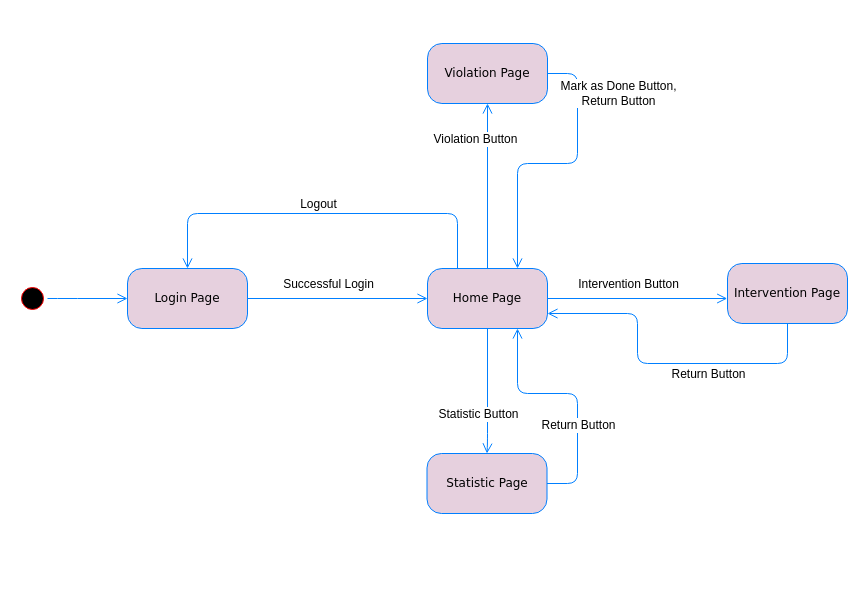
Before: DD/images/uxDiagram2.drawio in GiorgioUghini/SafeStreets, a draw.io diagram. Source tidied: cells renumbered, new cells numbered last; positions are measured from the earlier drawing's top-left corner, leaving out a move shared by most shapes. Both pictures are drawn from the tidied source at 100%, with x=0, y=0 at pixel (17, 43).
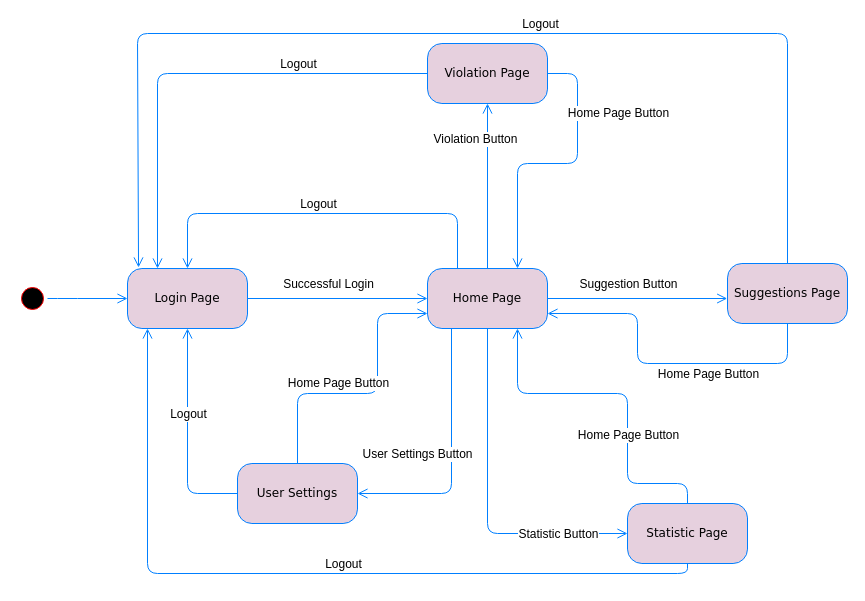
Above is the later version.

The change refers to these unchanged cells:
```xml
<mxCell id="3" value="Login Page" style="rounded=1;whiteSpace=wrap;html=1;arcSize=24;fillColor=#E6D0DE;strokeColor=#007FFF;shadow=0;comic=0;labelBackgroundColor=none;fontFamily=Verdana;fontSize=12;fontColor=#000000;align=center;" parent="1" vertex="1">
  <mxGeometry x="110" y="225" width="120" height="60" as="geometry" />
</mxCell>
<mxCell id="5" value="Home Page" style="rounded=1;whiteSpace=wrap;html=1;arcSize=24;fillColor=#E6D0DE;strokeColor=#007FFF;shadow=0;comic=0;labelBackgroundColor=none;fontFamily=Verdana;fontSize=12;fontColor=#000000;align=center;" parent="1" vertex="1">
  <mxGeometry x="410" y="225" width="120" height="60" as="geometry" />
</mxCell>
<mxCell id="10" value="Violation Page" style="rounded=1;whiteSpace=wrap;html=1;arcSize=24;fillColor=#E6D0DE;strokeColor=#007FFF;shadow=0;comic=0;labelBackgroundColor=none;fontFamily=Verdana;fontSize=12;fontColor=#000000;align=center;" parent="1" vertex="1">
  <mxGeometry x="410" width="120" height="60" as="geometry" />
</mxCell>
<mxCell id="15" style="edgeStyle=orthogonalEdgeStyle;html=1;labelBackgroundColor=none;endArrow=open;endSize=8;strokeColor=#007FFF;fontFamily=Verdana;fontSize=12;align=left;exitX=0.5;exitY=0;exitDx=0;exitDy=0;entryX=0.5;entryY=1;entryDx=0;entryDy=0;" parent="1" edge="1" source="5" target="10">
  <mxGeometry relative="1" as="geometry" />
</mxCell>
<mxCell id="21" style="edgeStyle=orthogonalEdgeStyle;html=1;labelBackgroundColor=none;endArrow=open;endSize=8;strokeColor=#007FFF;fontFamily=Verdana;fontSize=12;align=left;entryX=0;entryY=0.5;entryDx=0;entryDy=0;exitX=1;exitY=0.5;exitDx=0;exitDy=0;" parent="1" edge="1">
  <mxGeometry relative="1" as="geometry">
    <mxPoint x="529.7" y="255" as="sourcePoint" />
    <mxPoint x="709.7" y="255" as="targetPoint" />
  </mxGeometry>
</mxCell>
<mxCell id="23" style="edgeStyle=orthogonalEdgeStyle;html=1;labelBackgroundColor=none;endArrow=open;endSize=8;strokeColor=#007FFF;fontFamily=Verdana;fontSize=12;align=left;entryX=1;entryY=0.75;entryDx=0;entryDy=0;exitX=0.5;exitY=1;exitDx=0;exitDy=0;" parent="1" edge="1" source="20" target="5">
  <mxGeometry relative="1" as="geometry">
    <Array as="points">
      <mxPoint x="770" y="320" />
      <mxPoint x="620" y="320" />
      <mxPoint x="620" y="270" />
    </Array>
  </mxGeometry>
</mxCell>
```

The edit, as a diff of the source:
```diff
@@
     <mxCell id="12" value="Statistic Page" style="rounded=1;whiteSpace=wrap;html=1;arcSize=24;fillColor=#E6D0DE;strokeColor=#007FFF;shadow=0;comic=0;labelBackgroundColor=none;fontFamily=Verdana;fontSize=12;fontColor=#000000;align=center;" parent="1" vertex="1">
-      <mxGeometry x="409.5" y="410" width="120" height="60" as="geometry" />
+      <mxGeometry x="610" y="460" width="120" height="60" as="geometry" />
     </mxCell>
-    <mxCell id="13" style="edgeStyle=orthogonalEdgeStyle;html=1;labelBackgroundColor=none;endArrow=open;endSize=8;strokeColor=#007FFF;fontFamily=Verdana;fontSize=12;align=left;entryX=0.5;entryY=0;entryDx=0;entryDy=0;" parent="1" edge="1" source="5" target="12">
+    <mxCell id="13" style="edgeStyle=orthogonalEdgeStyle;html=1;labelBackgroundColor=none;endArrow=open;endSize=8;strokeColor=#007FFF;fontFamily=Verdana;fontSize=12;align=left;entryX=0;entryY=0.5;entryDx=0;entryDy=0;" parent="1" edge="1" source="5" target="12">
       <mxGeometry relative="1" as="geometry">
         <Array as="points">
-          <mxPoint x="470" y="400" />
-          <mxPoint x="470" y="400" />
+          <mxPoint x="470" y="490" />
         </Array>
       </mxGeometry>
     </mxCell>
     <mxCell id="14" value="Statistic Button" style="text;html=1;align=center;verticalAlign=middle;labelBackgroundColor=#ffffff;" parent="13" vertex="1">
       <mxGeometry x="0.34" relative="1" as="geometry">
-        <mxPoint x="-9.5" y="1.5" as="offset" />
+        <mxPoint x="44" as="offset" />
       </mxGeometry>
     </mxCell>
@@
-    <mxCell id="16" value="Mark as Done Button,&lt;br&gt;Return Button" style="text;html=1;align=center;verticalAlign=middle;labelBackgroundColor=#ffffff;" parent="15" vertex="1">
+    <mxCell id="16" value="Home Page Button" style="text;html=1;align=center;verticalAlign=middle;labelBackgroundColor=#ffffff;" parent="15" vertex="1">
       <mxGeometry x="0.34" relative="1" as="geometry">
-        <mxPoint x="130" y="-65" as="offset" />
+        <mxPoint x="130" y="-45" as="offset" />
       </mxGeometry>
     </mxCell>
@@
-    <mxCell id="18" style="edgeStyle=orthogonalEdgeStyle;html=1;labelBackgroundColor=none;endArrow=open;endSize=8;strokeColor=#007FFF;fontFamily=Verdana;fontSize=12;align=left;exitX=1;exitY=0.5;exitDx=0;exitDy=0;entryX=0.75;entryY=1;entryDx=0;entryDy=0;" parent="1" edge="1" source="12" target="5">
+    <mxCell id="18" style="edgeStyle=orthogonalEdgeStyle;html=1;labelBackgroundColor=none;endArrow=open;endSize=8;strokeColor=#007FFF;fontFamily=Verdana;fontSize=12;align=left;exitX=0.5;exitY=0;exitDx=0;exitDy=0;entryX=0.75;entryY=1;entryDx=0;entryDy=0;" parent="1" edge="1" source="12" target="5">
       <mxGeometry relative="1" as="geometry">
         <Array as="points">
-          <mxPoint x="560" y="440" />
-          <mxPoint x="560" y="350" />
+          <mxPoint x="670" y="440" />
+          <mxPoint x="610" y="440" />
+          <mxPoint x="610" y="350" />
           <mxPoint x="500" y="350" />
         </Array>
       </mxGeometry>
     </mxCell>
-    <mxCell id="19" value="Return Button" style="text;html=1;align=center;verticalAlign=middle;labelBackgroundColor=#ffffff;" parent="1" vertex="1">
-      <mxGeometry x="570.2" y="379.8" as="geometry">
+    <mxCell id="19" value="Home Page Button" style="text;html=1;align=center;verticalAlign=middle;labelBackgroundColor=#ffffff;" parent="1" vertex="1">
+      <mxGeometry x="620.2" y="389.8" as="geometry">
         <mxPoint x="-9.5" y="1.5" as="offset" />
       </mxGeometry>
     </mxCell>
-    <mxCell id="20" value="Intervention Page" style="rounded=1;whiteSpace=wrap;html=1;arcSize=24;fillColor=#E6D0DE;strokeColor=#007FFF;shadow=0;comic=0;labelBackgroundColor=none;fontFamily=Verdana;fontSize=12;fontColor=#000000;align=center;" parent="1" vertex="1">
+    <mxCell id="20" value="Suggestions Page" style="rounded=1;whiteSpace=wrap;html=1;arcSize=24;fillColor=#E6D0DE;strokeColor=#007FFF;shadow=0;comic=0;labelBackgroundColor=none;fontFamily=Verdana;fontSize=12;fontColor=#000000;align=center;" parent="1" vertex="1">
       <mxGeometry x="710" y="220" width="120" height="60" as="geometry" />
     </mxCell>
@@
-    <mxCell id="22" value="Intervention Button" style="text;html=1;align=center;verticalAlign=middle;labelBackgroundColor=#ffffff;" parent="21" vertex="1">
+    <mxCell id="22" value="Suggestion Button" style="text;html=1;align=center;verticalAlign=middle;labelBackgroundColor=#ffffff;" parent="21" vertex="1">
       <mxGeometry x="0.34" relative="1" as="geometry">
         <mxPoint x="-40.5" y="-15" as="offset" />
       </mxGeometry>
     </mxCell>
@@
-    <mxCell id="24" value="Return Button" style="text;html=1;align=center;verticalAlign=middle;labelBackgroundColor=#ffffff;" parent="23" vertex="1">
+    <mxCell id="24" value="Home Page Button" style="text;html=1;align=center;verticalAlign=middle;labelBackgroundColor=#ffffff;" parent="23" vertex="1">
       <mxGeometry x="0.34" relative="1" as="geometry">
         <mxPoint x="70.5" y="41" as="offset" />
       </mxGeometry>
     </mxCell>
+    <mxCell id="25" value="User Settings" style="rounded=1;whiteSpace=wrap;html=1;arcSize=24;fillColor=#E6D0DE;strokeColor=#007FFF;shadow=0;comic=0;labelBackgroundColor=none;fontFamily=Verdana;fontSize=12;fontColor=#000000;align=center;" parent="1" vertex="1">
+      <mxGeometry x="220" y="420" width="120" height="60" as="geometry" />
+    </mxCell>
+    <mxCell id="26" style="edgeStyle=orthogonalEdgeStyle;html=1;labelBackgroundColor=none;endArrow=open;endSize=8;strokeColor=#007FFF;fontFamily=Verdana;fontSize=12;align=left;entryX=1;entryY=0.5;entryDx=0;entryDy=0;exitX=0.2;exitY=1;exitDx=0;exitDy=0;exitPerimeter=0;" parent="1" edge="1" source="5" target="25">
+      <mxGeometry relative="1" as="geometry">
+        <Array as="points">
+          <mxPoint x="434" y="450" />
+        </Array>
+      </mxGeometry>
+    </mxCell>
+    <mxCell id="27" value="User Settings Button" style="text;html=1;align=center;verticalAlign=middle;labelBackgroundColor=#ffffff;" parent="26" vertex="1">
+      <mxGeometry x="0.34" relative="1" as="geometry">
+        <mxPoint x="-26" y="-40" as="offset" />
+      </mxGeometry>
+    </mxCell>
+    <mxCell id="28" style="edgeStyle=orthogonalEdgeStyle;html=1;labelBackgroundColor=none;endArrow=open;endSize=8;strokeColor=#007FFF;fontFamily=Verdana;fontSize=12;align=left;entryX=0;entryY=0.75;entryDx=0;entryDy=0;exitX=0.5;exitY=0;exitDx=0;exitDy=0;" parent="1" edge="1" source="25" target="5">
+      <mxGeometry relative="1" as="geometry">
+        <Array as="points">
+          <mxPoint x="280" y="350" />
+          <mxPoint x="360" y="350" />
+          <mxPoint x="360" y="270" />
+        </Array>
+      </mxGeometry>
+    </mxCell>
+    <mxCell id="29" value="Home Page Button" style="text;html=1;align=center;verticalAlign=middle;labelBackgroundColor=#ffffff;" parent="28" vertex="1">
+      <mxGeometry x="0.34" relative="1" as="geometry">
+        <mxPoint x="-40" y="27" as="offset" />
+      </mxGeometry>
+    </mxCell>
+    <mxCell id="30" style="edgeStyle=orthogonalEdgeStyle;html=1;labelBackgroundColor=none;endArrow=open;endSize=8;strokeColor=#007FFF;fontFamily=Verdana;fontSize=12;align=left;entryX=0.5;entryY=1;entryDx=0;entryDy=0;exitX=0;exitY=0.5;exitDx=0;exitDy=0;" parent="1" edge="1" source="25" target="3">
+      <mxGeometry relative="1" as="geometry">
+        <Array as="points">
+          <mxPoint x="170" y="450" />
+        </Array>
+      </mxGeometry>
+    </mxCell>
+    <mxCell id="31" value="Logout" style="text;html=1;align=center;verticalAlign=middle;labelBackgroundColor=#ffffff;" parent="30" vertex="1">
+      <mxGeometry x="-0.23" y="3" relative="1" as="geometry">
+        <mxPoint x="3" y="-47" as="offset" />
+      </mxGeometry>
+    </mxCell>
+    <mxCell id="32" style="edgeStyle=orthogonalEdgeStyle;html=1;labelBackgroundColor=none;endArrow=open;endSize=8;strokeColor=#007FFF;fontFamily=Verdana;fontSize=12;align=left;exitX=0.5;exitY=1;exitDx=0;exitDy=0;" parent="1" edge="1" source="12" target="3">
+      <mxGeometry relative="1" as="geometry">
+        <Array as="points">
+          <mxPoint x="670" y="530" />
+          <mxPoint x="130" y="530" />
+        </Array>
+      </mxGeometry>
+    </mxCell>
+    <mxCell id="33" value="Logout" style="text;html=1;align=center;verticalAlign=middle;labelBackgroundColor=#ffffff;" parent="32" vertex="1">
+      <mxGeometry x="-0.23" y="3" relative="1" as="geometry">
+        <mxPoint x="-49" y="-13" as="offset" />
+      </mxGeometry>
+    </mxCell>
+    <mxCell id="34" style="edgeStyle=orthogonalEdgeStyle;html=1;labelBackgroundColor=none;endArrow=open;endSize=8;strokeColor=#007FFF;fontFamily=Verdana;fontSize=12;align=left;entryX=0.092;entryY=-0.017;entryDx=0;entryDy=0;exitX=0.5;exitY=0;exitDx=0;exitDy=0;entryPerimeter=0;" parent="1" edge="1" source="20" target="3">
+      <mxGeometry relative="1" as="geometry">
+        <Array as="points">
+          <mxPoint x="770" y="-10" />
+          <mxPoint x="120" y="-10" />
+        </Array>
+      </mxGeometry>
+    </mxCell>
+    <mxCell id="35" value="Logout" style="text;html=1;align=center;verticalAlign=middle;labelBackgroundColor=#ffffff;" parent="34" vertex="1">
+      <mxGeometry x="-0.23" y="3" relative="1" as="geometry">
+        <mxPoint x="-49" y="-13" as="offset" />
+      </mxGeometry>
+    </mxCell>
+    <mxCell id="36" style="edgeStyle=orthogonalEdgeStyle;html=1;labelBackgroundColor=none;endArrow=open;endSize=8;strokeColor=#007FFF;fontFamily=Verdana;fontSize=12;align=left;exitX=0;exitY=0.5;exitDx=0;exitDy=0;entryX=0.25;entryY=0;entryDx=0;entryDy=0;" parent="1" edge="1" source="10" target="3">
+      <mxGeometry relative="1" as="geometry">
+        <Array as="points">
+          <mxPoint x="140" y="30" />
+        </Array>
+      </mxGeometry>
+    </mxCell>
+    <mxCell id="37" value="Logout" style="text;html=1;align=center;verticalAlign=middle;labelBackgroundColor=#ffffff;" parent="36" vertex="1">
+      <mxGeometry x="-0.23" y="3" relative="1" as="geometry">
+        <mxPoint x="49" y="-13" as="offset" />
+      </mxGeometry>
+    </mxCell>
```
